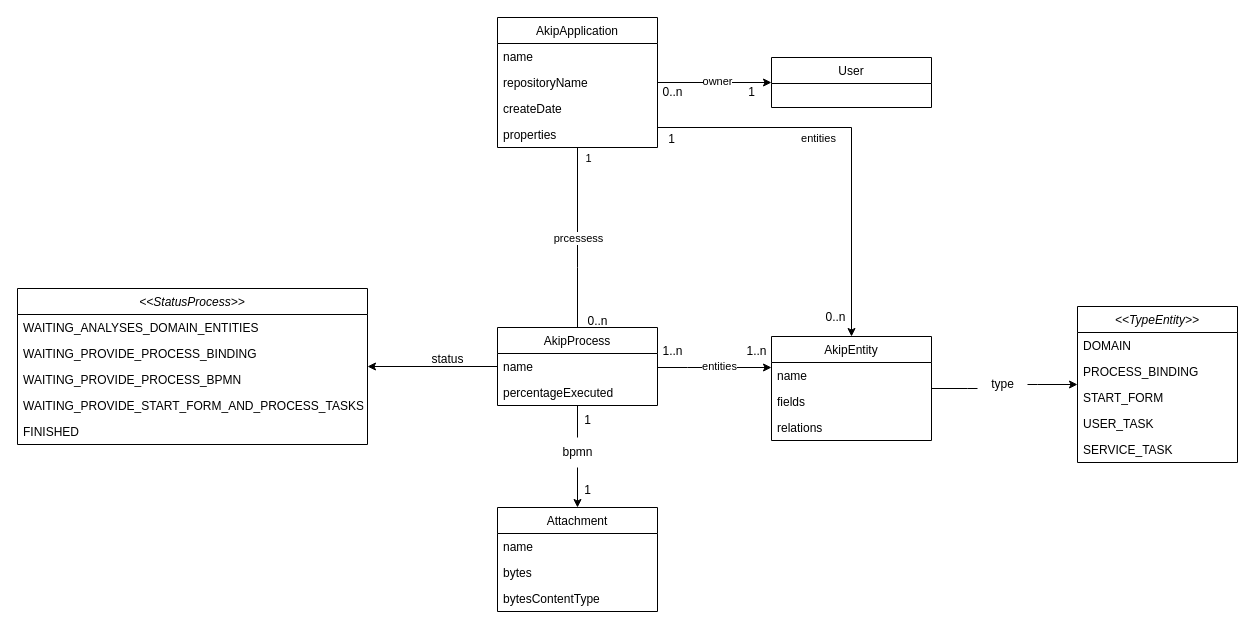
This is akip-generation-web-back-end.drawio from Taciomarques/akip-generation-web, a draw.io file, before an edit. Source tidied: cells renumbered, new cells numbered last; positions are measured from the earlier drawing's top-left corner, leaving out a move shared by most shapes. Both pictures are drawn from the tidied source at 100%, with x=0, y=0 at pixel (17, 17).
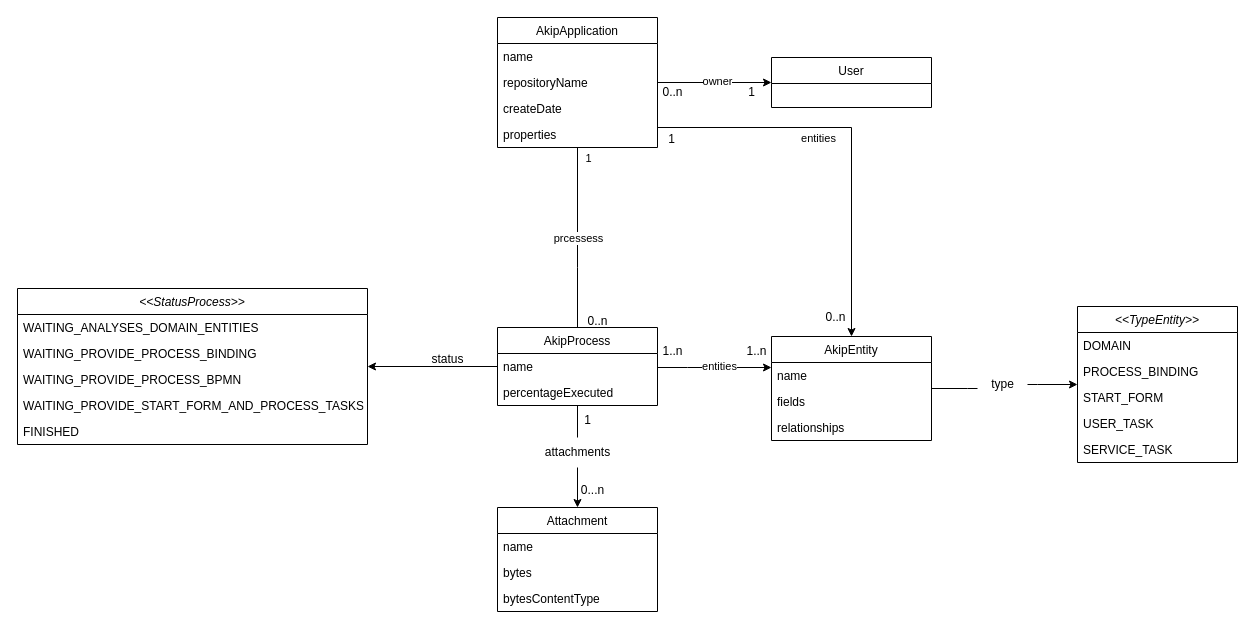
After the change.

Unchanged cells that the change refers to:
```xml
<mxCell id="22" value="AkipEntity" style="swimlane;fontStyle=0;align=center;verticalAlign=top;horizontal=1;startSize=26;rounded=0;shadow=0;strokeWidth=1;" parent="1" vertex="1">
  <mxGeometry x="754" y="319" width="160" height="104" as="geometry" />
</mxCell>
```

Diff of the diagram source:
```diff
@@
-    <mxCell id="25" value="relations" style="text;align=left;verticalAlign=top;spacingLeft=4;spacingRight=4;overflow=hidden;rounded=0;shadow=0;html=0;" parent="22" vertex="1">
+    <mxCell id="25" value="relationships" style="text;align=left;verticalAlign=top;spacingLeft=4;spacingRight=4;overflow=hidden;rounded=0;shadow=0;html=0;" parent="22" vertex="1">
       <mxGeometry y="78" width="160" height="26" as="geometry" />
     </mxCell>
@@
-    <mxCell id="38" value="bpmn" style="text;html=1;align=center;verticalAlign=middle;points=[];strokeColor=none;fillColor=none;" parent="1" vertex="1">
-      <mxGeometry x="535" y="420" width="50" height="30" as="geometry" />
+    <mxCell id="38" value="attachments" style="text;html=1;align=center;verticalAlign=middle;points=[];strokeColor=none;fillColor=none;" parent="1" vertex="1">
+      <mxGeometry x="515" y="420" width="90" height="30" as="geometry" />
     </mxCell>
@@
-    <mxCell id="41" value="1" style="text;html=1;align=center;verticalAlign=middle;strokeColor=none;fillColor=none;" parent="1" vertex="1">
-      <mxGeometry x="555" y="458" width="30" height="30" as="geometry" />
+    <mxCell id="41" value="0...n" style="text;html=1;align=center;verticalAlign=middle;strokeColor=none;fillColor=none;" parent="1" vertex="1">
+      <mxGeometry x="550" y="458" width="50" height="30" as="geometry" />
     </mxCell>
```
